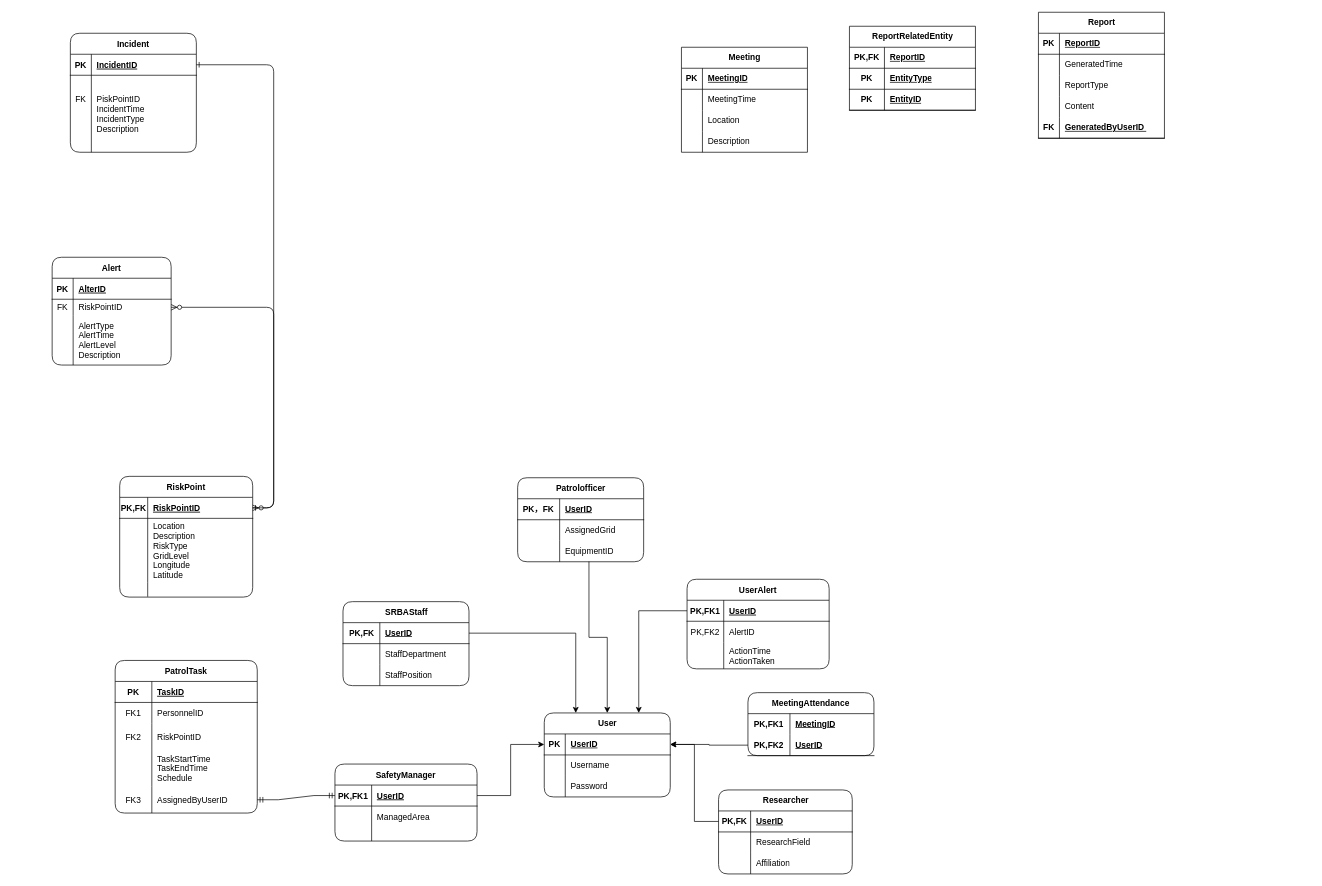
Before: ER-rail.drawio in Lxlorange/drawio, a draw.io diagram. Source tidied: cells renumbered, new cells numbered last; positions are measured from the earlier drawing's top-left corner, leaving out a move shared by most shapes. Both pictures are drawn from the tidied source at 70%, with x=0, y=0 at pixel (52, 12).
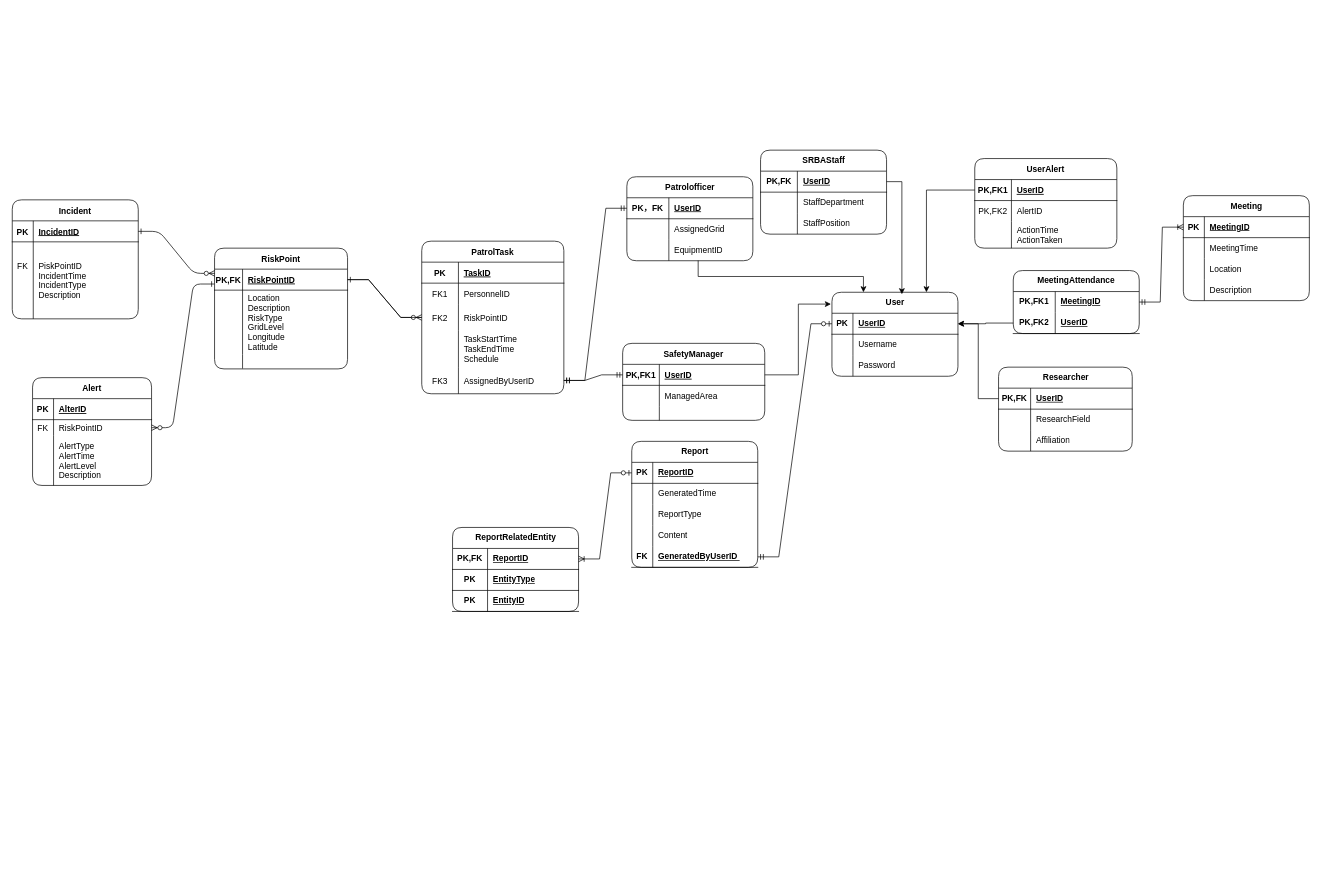
The same diagram, later.

The change refers to these unchanged cells:
```xml
<mxCell id="5" style="shape=partialRectangle;fillColor=none;points=[[0,0.5],[1,0.5]];portConstraint=eastwest;top=0;left=0;right=0;bottom=1;" parent="4" vertex="1">
  <mxGeometry y="30" width="190" height="30" as="geometry" />
</mxCell>
<mxCell id="18" style="shape=partialRectangle;fillColor=none;points=[[0,0.5],[1,0.5]];portConstraint=eastwest;top=0;left=0;right=0;bottom=0;" parent="14" vertex="1">
  <mxGeometry y="60" width="170" height="23" as="geometry" />
</mxCell>
<mxCell id="25" style="shape=partialRectangle;fillColor=none;points=[[0,0.5],[1,0.5]];portConstraint=eastwest;top=0;left=0;right=0;bottom=1;" parent="24" vertex="1">
  <mxGeometry y="30" width="180" height="30" as="geometry" />
</mxCell>
<mxCell id="48" style="shape=partialRectangle;fillColor=none;points=[[0,0.5],[1,0.5]];portConstraint=eastwest;top=0;left=0;right=0;bottom=0;" parent="41" vertex="1">
  <mxGeometry y="90" width="203" height="38" as="geometry" />
</mxCell>
<mxCell id="54" style="shape=partialRectangle;fillColor=none;points=[[0,0.5],[1,0.5]];portConstraint=eastwest;top=0;left=0;right=0;bottom=0;" parent="41" vertex="1">
  <mxGeometry y="180" width="203" height="38" as="geometry" />
</mxCell>
<mxCell id="58" style="shape=partialRectangle;fillColor=none;points=[[0,0.5],[1,0.5]];portConstraint=eastwest;top=0;left=0;right=0;bottom=1;" parent="57" vertex="1">
  <mxGeometry y="30" width="203" height="30" as="geometry" />
</mxCell>
<mxCell id="68" style="shape=tableRow;horizontal=0;startSize=0;swimlaneHead=0;swimlaneBody=0;fillColor=none;points=[[0,0.5],[1,0.5]];portConstraint=eastwest;top=0;left=0;right=0;bottom=1;" parent="67" vertex="1">
  <mxGeometry y="30" width="180" height="30" as="geometry" />
</mxCell>
<mxCell id="81" style="shape=tableRow;horizontal=0;startSize=0;swimlaneHead=0;swimlaneBody=0;fillColor=none;points=[[0,0.5],[1,0.5]];portConstraint=eastwest;top=0;left=0;right=0;bottom=0;html=1;" parent="80" vertex="1">
  <mxGeometry y="30" width="180" height="30" as="geometry" />
</mxCell>
<mxCell id="98" style="shape=tableRow;horizontal=0;startSize=0;swimlaneHead=0;swimlaneBody=0;fillColor=none;points=[[0,0.5],[1,0.5]];portConstraint=eastwest;top=0;left=0;right=0;bottom=1;" parent="97" vertex="1">
  <mxGeometry y="30" width="180" height="30" as="geometry" />
</mxCell>
<mxCell id="108" style="shape=tableRow;horizontal=0;startSize=0;swimlaneHead=0;swimlaneBody=0;fillColor=none;points=[[0,0.5],[1,0.5]];portConstraint=eastwest;top=0;left=0;right=0;bottom=1;" parent="107" vertex="1">
  <mxGeometry y="30" width="180" height="30" as="geometry" />
</mxCell>
<mxCell id="114" style="shape=tableRow;horizontal=0;startSize=0;swimlaneHead=0;swimlaneBody=0;fillColor=none;points=[[0,0.5],[1,0.5]];portConstraint=eastwest;top=0;left=0;right=0;bottom=0;" parent="107" vertex="1">
  <mxGeometry y="90" width="180" height="30" as="geometry" />
</mxCell>
<mxCell id="118" style="shape=tableRow;horizontal=0;startSize=0;swimlaneHead=0;swimlaneBody=0;fillColor=none;points=[[0,0.5],[1,0.5]];portConstraint=eastwest;top=0;left=0;right=0;bottom=1;" parent="117" vertex="1">
  <mxGeometry y="30" width="180" height="30" as="geometry" />
</mxCell>
<mxCell id="128" style="shape=tableRow;horizontal=0;startSize=0;swimlaneHead=0;swimlaneBody=0;fillColor=none;points=[[0,0.5],[1,0.5]];portConstraint=eastwest;top=0;left=0;right=0;bottom=1;" parent="127" vertex="1">
  <mxGeometry y="30" width="180" height="30" as="geometry" />
</mxCell>
<mxCell id="140" style="shape=tableRow;horizontal=0;startSize=0;swimlaneHead=0;swimlaneBody=0;fillColor=none;points=[[0,0.5],[1,0.5]];portConstraint=eastwest;top=0;left=0;right=0;bottom=1;" parent="127" vertex="1">
  <mxGeometry y="150" width="180" height="30" as="geometry" />
</mxCell>
<mxCell id="144" style="shape=tableRow;horizontal=0;startSize=0;swimlaneHead=0;swimlaneBody=0;fillColor=none;points=[[0,0.5],[1,0.5]];portConstraint=eastwest;top=0;left=0;right=0;bottom=1;" parent="143" vertex="1">
  <mxGeometry y="30" width="180" height="30" as="geometry" />
</mxCell>
```

The edit, as a diff of the source:
```diff
@@
-    <mxCell id="2" style="edgeStyle=entityRelationEdgeStyle;endArrow=ERzeroToMany;startArrow=ERone;endFill=1;startFill=0;" parent="1" edge="1" source="25" target="5">
+    <mxCell id="2" style="edgeStyle=entityRelationEdgeStyle;endArrow=ERzeroToMany;startArrow=ERone;endFill=1;startFill=0;entryX=0.001;entryY=0.201;entryDx=0;entryDy=0;entryPerimeter=0;" parent="1" edge="1" source="25" target="5">
       <mxGeometry relative="1" as="geometry" />
     </mxCell>
-    <mxCell id="3" style="edgeStyle=entityRelationEdgeStyle;endArrow=ERzeroToMany;startArrow=ERone;endFill=1;startFill=0;" parent="1" edge="1" source="5" target="18">
+    <mxCell id="3" style="edgeStyle=entityRelationEdgeStyle;endArrow=ERzeroToMany;startArrow=ERone;endFill=1;startFill=0;exitX=-0.001;exitY=0.708;exitDx=0;exitDy=0;exitPerimeter=0;" parent="1" edge="1" source="5" target="18">
       <mxGeometry relative="1" as="geometry" />
     </mxCell>
     <mxCell id="4" value="RiskPoint" style="shape=table;startSize=30;childLayout=tableLayout;rowLines=0;fontStyle=1;align=center;rounded=1;" parent="1" vertex="1">
-      <mxGeometry x="96.5" y="663" width="190" height="172.5" as="geometry" />
+      <mxGeometry x="232" y="337" width="190" height="172.5" as="geometry" />
     </mxCell>
@@
     <mxCell id="14" value="Alert" style="shape=table;startSize=30;childLayout=tableLayout;rowLines=0;fontStyle=1;align=center;rounded=1;" parent="1" vertex="1">
-      <mxGeometry y="350" width="170" height="154" as="geometry" />
+      <mxGeometry x="-28" y="522" width="170" height="154" as="geometry" />
     </mxCell>
@@
     <mxCell id="24" value="Incident" style="shape=table;startSize=30;childLayout=tableLayout;rowLines=0;fontStyle=1;align=center;rounded=1;" parent="1" vertex="1">
-      <mxGeometry x="26" y="30" width="180" height="170" as="geometry" />
+      <mxGeometry x="-57" y="268" width="180" height="170" as="geometry" />
     </mxCell>
@@
     <mxCell id="31" value="UserAlert" style="shape=table;startSize=30;childLayout=tableLayout;rowLines=0;fontStyle=1;align=center;rounded=1;" parent="1" vertex="1">
-      <mxGeometry x="907" y="810" width="203" height="128" as="geometry" />
+      <mxGeometry x="1318" y="209" width="203" height="128" as="geometry" />
     </mxCell>
@@
     <mxCell id="41" value="PatrolTask" style="shape=table;startSize=30;childLayout=tableLayout;rowLines=0;fontStyle=1;align=center;rounded=1;" parent="1" vertex="1">
-      <mxGeometry x="90" y="926" width="203" height="218" as="geometry" />
+      <mxGeometry x="528" y="327" width="203" height="218" as="geometry" />
     </mxCell>
@@
     <mxCell id="57" value="SafetyManager" style="shape=table;startSize=30;childLayout=tableLayout;rowLines=0;fontStyle=1;align=center;rounded=1;" parent="1" vertex="1">
-      <mxGeometry x="404" y="1074" width="203" height="110" as="geometry" />
+      <mxGeometry x="815" y="473" width="203" height="110" as="geometry" />
     </mxCell>
@@
-    <mxCell id="67" value="Meeting" style="shape=table;startSize=30;childLayout=tableLayout;rowLines=0;fontStyle=1;align=center;html=1;" parent="1" vertex="1">
-      <mxGeometry x="899" y="50" width="180" height="150" as="geometry" />
+    <mxCell id="67" value="Meeting" style="shape=table;startSize=30;childLayout=tableLayout;rowLines=0;fontStyle=1;align=center;html=1;rounded=1;" parent="1" vertex="1">
+      <mxGeometry x="1616" y="262" width="180" height="150" as="geometry" />
     </mxCell>
@@
     <mxCell id="80" value="MeetingAttendance" style="shape=table;startSize=30;childLayout=tableLayout;rowLines=0;fontStyle=1;align=center;html=1;whiteSpace=wrap;rounded=1;" parent="1" vertex="1">
-      <mxGeometry x="994" y="972" width="180" height="90" as="geometry" />
+      <mxGeometry x="1373" y="369" width="180" height="90" as="geometry" />
     </mxCell>
@@
     <mxCell id="87" value="Researcher" style="shape=table;startSize=30;childLayout=tableLayout;rowLines=0;fontStyle=1;align=center;html=1;rounded=1;" parent="1" vertex="1">
-      <mxGeometry x="952" y="1111" width="191" height="120" as="geometry" />
+      <mxGeometry x="1352" y="507" width="191" height="120" as="geometry" />
     </mxCell>
@@
-    <mxCell id="97" value="ReportRelatedEntity" style="shape=table;startSize=30;childLayout=tableLayout;rowLines=0;fontStyle=1;align=center;html=1;strokeWidth=1;" parent="1" vertex="1">
-      <mxGeometry x="1139" y="20" width="180" height="120" as="geometry" />
+    <mxCell id="97" value="ReportRelatedEntity" style="shape=table;startSize=30;childLayout=tableLayout;rowLines=0;fontStyle=1;align=center;html=1;strokeWidth=1;rounded=1;" parent="1" vertex="1">
+      <mxGeometry x="572" y="736" width="180" height="120" as="geometry" />
     </mxCell>
@@
     <mxCell id="107" value="Patrolofficer" style="shape=table;startSize=30;childLayout=tableLayout;rowLines=0;fontStyle=1;align=center;html=1;rounded=1;" parent="1" vertex="1">
-      <mxGeometry x="665" y="665" width="180" height="120" as="geometry" />
+      <mxGeometry x="821" y="235" width="180" height="120" as="geometry" />
     </mxCell>
@@
     <mxCell id="117" value="User" style="shape=table;startSize=30;childLayout=tableLayout;rowLines=0;fontStyle=1;align=center;html=1;rounded=1;" parent="1" vertex="1">
-      <mxGeometry x="703" y="1001" width="180" height="120" as="geometry" />
+      <mxGeometry x="1114" y="400" width="180" height="120" as="geometry" />
     </mxCell>
@@
-    <mxCell id="127" value="Report" style="shape=table;startSize=30;childLayout=tableLayout;rowLines=0;fontStyle=1;align=center;html=1;" parent="1" vertex="1">
-      <mxGeometry x="1409" width="180" height="180" as="geometry" />
+    <mxCell id="127" value="Report" style="shape=table;startSize=30;childLayout=tableLayout;rowLines=0;fontStyle=1;align=center;html=1;rounded=1;" parent="1" vertex="1">
+      <mxGeometry x="828" y="613" width="180" height="180" as="geometry" />
     </mxCell>
@@
     <mxCell id="143" value="&lt;span style=&quot;text-wrap-mode: wrap;&quot;&gt;SRBAStaff&lt;/span&gt;" style="shape=table;startSize=30;childLayout=tableLayout;rowLines=0;fontStyle=1;align=center;html=1;rounded=1;" parent="1" vertex="1">
-      <mxGeometry x="415.5" y="842" width="180" height="120" as="geometry" />
+      <mxGeometry x="1012" y="197" width="180" height="120" as="geometry" />
     </mxCell>
@@
-    <mxCell id="153" style="edgeStyle=orthogonalEdgeStyle;rounded=0;jettySize=auto;html=1;entryX=0;entryY=0.5;entryDx=0;entryDy=0;" parent="1" edge="1" source="58" target="118">
+    <mxCell id="153" style="edgeStyle=orthogonalEdgeStyle;rounded=0;jettySize=auto;html=1;entryX=-0.008;entryY=0.141;entryDx=0;entryDy=0;entryPerimeter=0;" parent="1" edge="1" source="58" target="117">
       <mxGeometry relative="1" as="geometry" />
     </mxCell>
-    <mxCell id="154" style="edgeStyle=orthogonalEdgeStyle;rounded=0;jettySize=auto;html=1;exitX=1;exitY=0.5;exitDx=0;exitDy=0;entryX=0.25;entryY=0;entryDx=0;entryDy=0;" parent="1" edge="1" source="144" target="117">
+    <mxCell id="154" style="edgeStyle=orthogonalEdgeStyle;rounded=0;jettySize=auto;html=1;exitX=1;exitY=0.5;exitDx=0;exitDy=0;entryX=0.555;entryY=0.024;entryDx=0;entryDy=0;entryPerimeter=0;" parent="1" edge="1" source="144" target="117">
       <mxGeometry relative="1" as="geometry" />
     </mxCell>
-    <mxCell id="155" style="edgeStyle=orthogonalEdgeStyle;rounded=0;jettySize=auto;html=1;entryX=0.5;entryY=0;entryDx=0;entryDy=0;exitX=0.566;exitY=0.99;exitDx=0;exitDy=0;exitPerimeter=0;" parent="1" edge="1" source="114" target="117">
+    <mxCell id="155" style="edgeStyle=orthogonalEdgeStyle;rounded=0;jettySize=auto;html=1;exitX=0.566;exitY=0.99;exitDx=0;exitDy=0;exitPerimeter=0;entryX=0.25;entryY=0;entryDx=0;entryDy=0;" parent="1" edge="1" source="114" target="117">
       <mxGeometry relative="1" as="geometry" />
     </mxCell>
@@
+    <mxCell id="160" style="edgeStyle=entityRelationEdgeStyle;fontSize=12;html=1;endArrow=ERzeroToMany;endFill=1;rounded=0;entryX=0;entryY=0.5;entryDx=0;entryDy=0;exitX=1;exitY=0.5;exitDx=0;exitDy=0;" parent="1" edge="1" source="5" target="48">
+      <mxGeometry relative="1" as="geometry">
+        <Array as="points">
+          <mxPoint x="444" y="263" />
+          <mxPoint x="421" y="324" />
+          <mxPoint x="416" y="249" />
+          <mxPoint x="448" y="346" />
+        </Array>
+      </mxGeometry>
+    </mxCell>
+    <mxCell id="161" style="edgeStyle=entityRelationEdgeStyle;fontSize=12;html=1;endArrow=ERone;endFill=1;rounded=0;entryX=1;entryY=0.5;entryDx=0;entryDy=0;exitX=0;exitY=0.5;exitDx=0;exitDy=0;" parent="1" edge="1" source="48" target="5">
+      <mxGeometry relative="1" as="geometry">
+        <Array as="points">
+          <mxPoint x="461" y="278" />
+          <mxPoint x="474" y="329" />
+          <mxPoint x="504" y="312" />
+        </Array>
+      </mxGeometry>
+    </mxCell>
+    <mxCell id="162" style="edgeStyle=entityRelationEdgeStyle;fontSize=12;html=1;endArrow=ERmandOne;startArrow=ERmandOne;rounded=0;entryX=0;entryY=0.5;entryDx=0;entryDy=0;exitX=1;exitY=0.5;exitDx=0;exitDy=0;" parent="1" edge="1" source="54" target="108">
+      <mxGeometry relative="1" as="geometry" />
+    </mxCell>
+    <mxCell id="163" style="edgeStyle=entityRelationEdgeStyle;fontSize=12;html=1;endArrow=ERzeroToOne;startArrow=ERmandOne;rounded=0;exitX=1;exitY=0.5;exitDx=0;exitDy=0;entryX=0;entryY=0.5;entryDx=0;entryDy=0;" parent="1" edge="1" source="140" target="118">
+      <mxGeometry relative="1" as="geometry" />
+    </mxCell>
+    <mxCell id="164" style="edgeStyle=entityRelationEdgeStyle;fontSize=12;html=1;endArrow=ERoneToMany;startArrow=ERzeroToOne;rounded=0;entryX=1;entryY=0.5;entryDx=0;entryDy=0;exitX=0;exitY=0.5;exitDx=0;exitDy=0;" parent="1" edge="1" source="128" target="98">
+      <mxGeometry relative="1" as="geometry" />
+    </mxCell>
+    <mxCell id="165" style="edgeStyle=entityRelationEdgeStyle;fontSize=12;html=1;endArrow=ERoneToMany;startArrow=ERmandOne;rounded=0;entryX=0;entryY=0.5;entryDx=0;entryDy=0;" parent="1" edge="1" source="81" target="68">
+      <mxGeometry relative="1" as="geometry" />
+    </mxCell>
```
